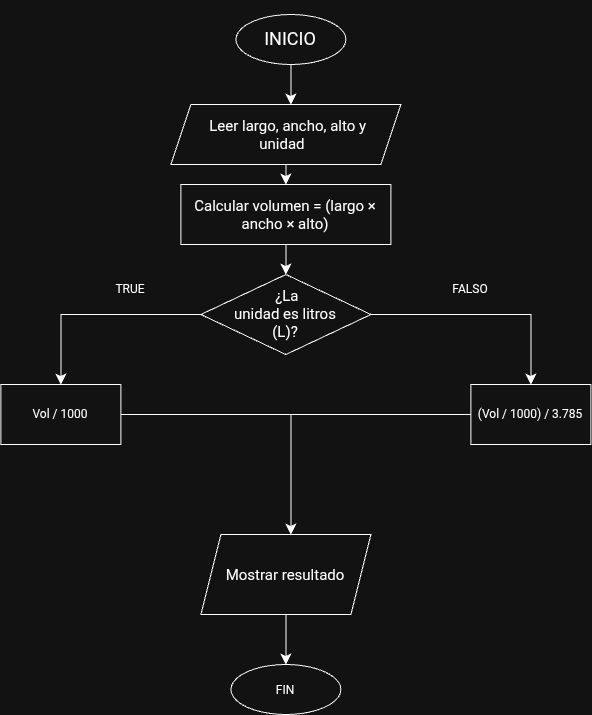
Sebastian5050942/Toma_notas_Programaci-n keeps this draw.io diagram as Untitled Diagram.drawio.png. Above is the earlier version. Source tidied: cells renumbered, new cells last; positions are measured from the earlier drawing's top-left corner, leaving out a move shared by most shapes. Source of this version:
```xml
<mxGraphModel>
  <root>
    <mxCell id="0" />
    <mxCell id="1" parent="0" />
    <mxCell id="2" style="edgeStyle=none;curved=1;rounded=0;jettySize=auto;html=1;fontSize=12;startSize=8;endSize=8;" parent="1" edge="1" source="3">
      <mxGeometry relative="1" as="geometry">
        <mxPoint x="290" y="90" as="targetPoint" />
      </mxGeometry>
    </mxCell>
    <mxCell id="3" value="&lt;div&gt;&lt;br&gt;&lt;/div&gt;&lt;div&gt;&lt;br&gt;&lt;/div&gt;&lt;div&gt;&lt;font style=&quot;font-size: 18px;&quot;&gt;INICIO&lt;/font&gt;&lt;/div&gt;" style="ellipse;whiteSpace=wrap;html=1;shapeInside=1;" parent="1" vertex="1">
      <mxGeometry x="235" width="110" height="50" as="geometry" />
    </mxCell>
    <mxCell id="4" style="edgeStyle=none;curved=1;rounded=0;jettySize=auto;html=1;fontSize=12;startSize=8;endSize=8;" parent="1" edge="1" source="5" target="7">
      <mxGeometry relative="1" as="geometry" />
    </mxCell>
    <mxCell id="5" value="&lt;div&gt;&lt;br&gt;&lt;/div&gt;&lt;div&gt;&lt;span style=&quot;font-size:15px&quot;&gt;Leer largo, ancho, alto y unidad&lt;/span&gt;&lt;/div&gt;" style="shape=parallelogram;perimeter=parallelogramPerimeter;whiteSpace=wrap;html=1;shapeInside=1;fixedSize=1;" parent="1" vertex="1">
      <mxGeometry x="170" y="90" width="230" height="60" as="geometry" />
    </mxCell>
    <mxCell id="6" style="edgeStyle=none;curved=1;rounded=0;jettySize=auto;html=1;fontSize=12;startSize=8;endSize=8;" parent="1" edge="1" source="7">
      <mxGeometry relative="1" as="geometry">
        <mxPoint x="285" y="260" as="targetPoint" />
      </mxGeometry>
    </mxCell>
    <mxCell id="7" value="&lt;span style=&quot;font-size:15px&quot;&gt;Calcular volumen = (largo × ancho × alto)&lt;/span&gt;" style="rounded=0;whiteSpace=wrap;html=1;" parent="1" vertex="1">
      <mxGeometry x="180" y="170" width="210" height="60" as="geometry" />
    </mxCell>
    <mxCell id="8" style="edgeStyle=orthogonalEdgeStyle;rounded=0;jettySize=auto;html=1;fontSize=12;startSize=8;endSize=8;" parent="1" edge="1" source="10">
      <mxGeometry relative="1" as="geometry">
        <mxPoint x="60" y="370" as="targetPoint" />
      </mxGeometry>
    </mxCell>
    <mxCell id="9" style="edgeStyle=orthogonalEdgeStyle;rounded=0;jettySize=auto;html=1;fontSize=12;startSize=8;endSize=8;" parent="1" edge="1" source="10">
      <mxGeometry relative="1" as="geometry">
        <mxPoint x="530" y="370" as="targetPoint" />
      </mxGeometry>
    </mxCell>
    <mxCell id="10" value="&lt;div&gt;&lt;br&gt;&lt;/div&gt;&lt;div&gt;&lt;br&gt;&lt;/div&gt;&lt;div&gt;&lt;span style=&quot;font-size:15px&quot;&gt;&amp;nbsp;¿La unidad es litros (L)?&lt;/span&gt;&lt;/div&gt;" style="rhombus;whiteSpace=wrap;html=1;shapeInside=1;" parent="1" vertex="1">
      <mxGeometry x="200" y="260" width="170" height="80" as="geometry" />
    </mxCell>
    <mxCell id="11" style="edgeStyle=orthogonalEdgeStyle;rounded=0;jettySize=auto;html=1;fontSize=12;startSize=8;endSize=8;" parent="1" edge="1" source="12">
      <mxGeometry relative="1" as="geometry">
        <mxPoint x="290" y="520" as="targetPoint" />
      </mxGeometry>
    </mxCell>
    <mxCell id="12" value="Vol / 1000" style="rounded=0;whiteSpace=wrap;html=1;" parent="1" vertex="1">
      <mxGeometry y="370" width="120" height="60" as="geometry" />
    </mxCell>
    <mxCell id="13" value="TRUE" style="text;html=1;whiteSpace=wrap;strokeColor=none;fillColor=none;align=center;verticalAlign=middle;rounded=0;" parent="1" vertex="1">
      <mxGeometry x="100" y="260" width="60" height="30" as="geometry" />
    </mxCell>
    <mxCell id="14" value="FALSO" style="text;html=1;whiteSpace=wrap;strokeColor=none;fillColor=none;align=center;verticalAlign=middle;rounded=0;" parent="1" vertex="1">
      <mxGeometry x="440" y="260" width="60" height="30" as="geometry" />
    </mxCell>
    <mxCell id="15" style="edgeStyle=none;curved=1;rounded=0;jettySize=auto;html=1;fontSize=12;startSize=8;endSize=8;endArrow=none;endFill=0;" parent="1" edge="1" source="16">
      <mxGeometry relative="1" as="geometry">
        <mxPoint x="280" y="400" as="targetPoint" />
      </mxGeometry>
    </mxCell>
    <mxCell id="16" value="(Vol / 1000) / 3.785" style="rounded=0;whiteSpace=wrap;html=1;" parent="1" vertex="1">
      <mxGeometry x="470" y="370" width="120" height="60" as="geometry" />
    </mxCell>
    <mxCell id="17" style="edgeStyle=none;curved=1;rounded=0;jettySize=auto;html=1;fontSize=12;startSize=8;endSize=8;" parent="1" edge="1" source="18">
      <mxGeometry relative="1" as="geometry">
        <mxPoint x="285" y="650" as="targetPoint" />
      </mxGeometry>
    </mxCell>
    <mxCell id="18" value="&lt;div&gt;&lt;font style=&quot;font-size: 15px;&quot;&gt;&lt;br&gt;&lt;/font&gt;&lt;/div&gt;&lt;div&gt;&lt;font style=&quot;font-size: 15px;&quot;&gt;Mostrar resultado&lt;/font&gt;&lt;/div&gt;" style="shape=parallelogram;perimeter=parallelogramPerimeter;whiteSpace=wrap;html=1;shapeInside=1;fixedSize=1;" parent="1" vertex="1">
      <mxGeometry x="200" y="520" width="170" height="80" as="geometry" />
    </mxCell>
    <mxCell id="19" value="FIN" style="ellipse;whiteSpace=wrap;html=1;shapeInside=1;" parent="1" vertex="1">
      <mxGeometry x="230" y="650" width="110" height="50" as="geometry" />
    </mxCell>
  </root>
</mxGraphModel>
```
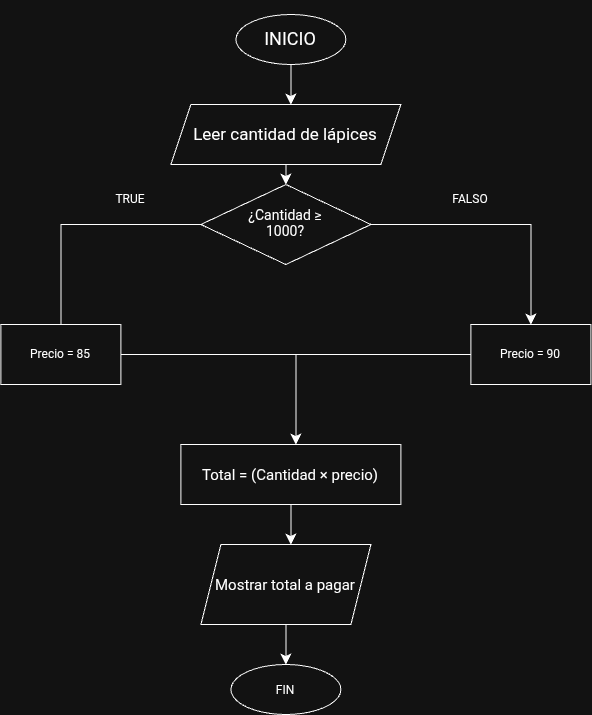
Above is the later version.

Change to the diagram source:
```diff
@@ -10,65 +10,63 @@
     <mxCell id="3" value="&lt;div&gt;&lt;br&gt;&lt;/div&gt;&lt;div&gt;&lt;br&gt;&lt;/div&gt;&lt;div&gt;&lt;font style=&quot;font-size: 18px;&quot;&gt;INICIO&lt;/font&gt;&lt;/div&gt;" style="ellipse;whiteSpace=wrap;html=1;shapeInside=1;" parent="1" vertex="1">
       <mxGeometry x="235" width="110" height="50" as="geometry" />
     </mxCell>
-    <mxCell id="4" style="edgeStyle=none;curved=1;rounded=0;jettySize=auto;html=1;fontSize=12;startSize=8;endSize=8;" parent="1" edge="1" source="5" target="7">
-      <mxGeometry relative="1" as="geometry" />
+    <mxCell id="4" style="edgeStyle=none;curved=1;rounded=0;jettySize=auto;html=1;fontSize=12;startSize=8;endSize=8;" parent="1" edge="1" source="5">
+      <mxGeometry relative="1" as="geometry">
+        <mxPoint x="285" y="170" as="targetPoint" />
+      </mxGeometry>
     </mxCell>
-    <mxCell id="5" value="&lt;div&gt;&lt;br&gt;&lt;/div&gt;&lt;div&gt;&lt;span style=&quot;font-size:15px&quot;&gt;Leer largo, ancho, alto y unidad&lt;/span&gt;&lt;/div&gt;" style="shape=parallelogram;perimeter=parallelogramPerimeter;whiteSpace=wrap;html=1;shapeInside=1;fixedSize=1;" parent="1" vertex="1">
+    <mxCell id="5" value="&lt;font style=&quot;font-size: 17px;&quot;&gt;Leer cantidad de lápices&lt;/font&gt;" style="shape=parallelogram;perimeter=parallelogramPerimeter;whiteSpace=wrap;html=1;shapeInside=1;fixedSize=1;" parent="1" vertex="1">
       <mxGeometry x="170" y="90" width="230" height="60" as="geometry" />
     </mxCell>
-    <mxCell id="6" style="edgeStyle=none;curved=1;rounded=0;jettySize=auto;html=1;fontSize=12;startSize=8;endSize=8;" parent="1" edge="1" source="7">
-      <mxGeometry relative="1" as="geometry">
-        <mxPoint x="285" y="260" as="targetPoint" />
-      </mxGeometry>
-    </mxCell>
-    <mxCell id="7" value="&lt;span style=&quot;font-size:15px&quot;&gt;Calcular volumen = (largo × ancho × alto)&lt;/span&gt;" style="rounded=0;whiteSpace=wrap;html=1;" parent="1" vertex="1">
-      <mxGeometry x="180" y="170" width="210" height="60" as="geometry" />
-    </mxCell>
     <mxCell id="8" style="edgeStyle=orthogonalEdgeStyle;rounded=0;jettySize=auto;html=1;fontSize=12;startSize=8;endSize=8;" parent="1" edge="1" source="10">
       <mxGeometry relative="1" as="geometry">
         <mxPoint x="60" y="370" as="targetPoint" />
       </mxGeometry>
     </mxCell>
-    <mxCell id="9" style="edgeStyle=orthogonalEdgeStyle;rounded=0;jettySize=auto;html=1;fontSize=12;startSize=8;endSize=8;" parent="1" edge="1" source="10">
-      <mxGeometry relative="1" as="geometry">
-        <mxPoint x="530" y="370" as="targetPoint" />
-      </mxGeometry>
-    </mxCell>
-    <mxCell id="10" value="&lt;div&gt;&lt;br&gt;&lt;/div&gt;&lt;div&gt;&lt;br&gt;&lt;/div&gt;&lt;div&gt;&lt;span style=&quot;font-size:15px&quot;&gt;&amp;nbsp;¿La unidad es litros (L)?&lt;/span&gt;&lt;/div&gt;" style="rhombus;whiteSpace=wrap;html=1;shapeInside=1;" parent="1" vertex="1">
-      <mxGeometry x="200" y="260" width="170" height="80" as="geometry" />
+    <mxCell id="10" value="&lt;font style=&quot;font-size: 14px;&quot;&gt;¿Cantidad ≥ 1000?&lt;/font&gt;" style="rhombus;whiteSpace=wrap;html=1;shapeInside=1;" parent="1" vertex="1">
+      <mxGeometry x="200" y="170" width="170" height="80" as="geometry" />
     </mxCell>
-    <mxCell id="11" style="edgeStyle=orthogonalEdgeStyle;rounded=0;jettySize=auto;html=1;fontSize=12;startSize=8;endSize=8;" parent="1" edge="1" source="12">
-      <mxGeometry relative="1" as="geometry">
-        <mxPoint x="290" y="520" as="targetPoint" />
-      </mxGeometry>
-    </mxCell>
-    <mxCell id="12" value="Vol / 1000" style="rounded=0;whiteSpace=wrap;html=1;" parent="1" vertex="1">
-      <mxGeometry y="370" width="120" height="60" as="geometry" />
+    <mxCell id="12" value="Precio = 85" style="rounded=0;whiteSpace=wrap;html=1;" parent="1" vertex="1">
+      <mxGeometry y="310" width="120" height="60" as="geometry" />
     </mxCell>
     <mxCell id="13" value="TRUE" style="text;html=1;whiteSpace=wrap;strokeColor=none;fillColor=none;align=center;verticalAlign=middle;rounded=0;" parent="1" vertex="1">
-      <mxGeometry x="100" y="260" width="60" height="30" as="geometry" />
+      <mxGeometry x="100" y="170" width="60" height="30" as="geometry" />
     </mxCell>
     <mxCell id="14" value="FALSO" style="text;html=1;whiteSpace=wrap;strokeColor=none;fillColor=none;align=center;verticalAlign=middle;rounded=0;" parent="1" vertex="1">
-      <mxGeometry x="440" y="260" width="60" height="30" as="geometry" />
+      <mxGeometry x="440" y="170" width="60" height="30" as="geometry" />
     </mxCell>
-    <mxCell id="15" style="edgeStyle=none;curved=1;rounded=0;jettySize=auto;html=1;fontSize=12;startSize=8;endSize=8;endArrow=none;endFill=0;" parent="1" edge="1" source="16">
-      <mxGeometry relative="1" as="geometry">
-        <mxPoint x="280" y="400" as="targetPoint" />
-      </mxGeometry>
-    </mxCell>
+    <mxCell id="19" value="FIN" style="ellipse;whiteSpace=wrap;html=1;shapeInside=1;" parent="1" vertex="1">
+      <mxGeometry x="230" y="650" width="110" height="50" as="geometry" />
+    </mxCell>
+    <mxCell id="20" style="edgeStyle=orthogonalEdgeStyle;rounded=0;jettySize=auto;html=1;fontSize=12;startSize=8;endSize=8;" parent="1" edge="1" source="10" target="16">
+      <mxGeometry relative="1" as="geometry" />
+    </mxCell>
+    <mxCell id="21" style="edgeStyle=none;curved=1;rounded=0;jettySize=auto;html=1;fontSize=12;startSize=8;endSize=8;endArrow=none;endFill=0;" parent="1" edge="1" source="16">
+      <mxGeometry relative="1" as="geometry">
+        <mxPoint x="280" y="340" as="targetPoint" />
+      </mxGeometry>
+    </mxCell>
-    <mxCell id="16" value="(Vol / 1000) / 3.785" style="rounded=0;whiteSpace=wrap;html=1;" parent="1" vertex="1">
-      <mxGeometry x="470" y="370" width="120" height="60" as="geometry" />
+    <mxCell id="16" value="Precio = 90" style="rounded=0;whiteSpace=wrap;html=1;" parent="1" vertex="1">
+      <mxGeometry x="470" y="310" width="120" height="60" as="geometry" />
     </mxCell>
-    <mxCell id="17" style="edgeStyle=none;curved=1;rounded=0;jettySize=auto;html=1;fontSize=12;startSize=8;endSize=8;" parent="1" edge="1" source="18">
-      <mxGeometry relative="1" as="geometry">
-        <mxPoint x="285" y="650" as="targetPoint" />
-      </mxGeometry>
-    </mxCell>
-    <mxCell id="18" value="&lt;div&gt;&lt;font style=&quot;font-size: 15px;&quot;&gt;&lt;br&gt;&lt;/font&gt;&lt;/div&gt;&lt;div&gt;&lt;font style=&quot;font-size: 15px;&quot;&gt;Mostrar resultado&lt;/font&gt;&lt;/div&gt;" style="shape=parallelogram;perimeter=parallelogramPerimeter;whiteSpace=wrap;html=1;shapeInside=1;fixedSize=1;" parent="1" vertex="1">
-      <mxGeometry x="200" y="520" width="170" height="80" as="geometry" />
-    </mxCell>
-    <mxCell id="19" value="FIN" style="ellipse;whiteSpace=wrap;html=1;shapeInside=1;" parent="1" vertex="1">
-      <mxGeometry x="230" y="650" width="110" height="50" as="geometry" />
-    </mxCell>
+    <mxCell id="22" style="edgeStyle=orthogonalEdgeStyle;rounded=0;jettySize=auto;html=1;fontSize=12;startSize=8;endSize=8;" parent="1" edge="1" source="12">
+      <mxGeometry relative="1" as="geometry">
+        <mxPoint x="295" y="430" as="targetPoint" />
+      </mxGeometry>
+    </mxCell>
+    <mxCell id="23" style="edgeStyle=none;curved=1;rounded=0;jettySize=auto;html=1;entryX=0.5;entryY=0;entryDx=0;entryDy=0;fontSize=12;startSize=8;endSize=8;" parent="1" edge="1" source="24" target="19">
+      <mxGeometry relative="1" as="geometry" />
+    </mxCell>
+    <mxCell id="24" value="&lt;div&gt;&lt;font style=&quot;font-size: 15px;&quot;&gt;&lt;br&gt;&lt;/font&gt;&lt;/div&gt;&lt;div&gt;&lt;font style=&quot;font-size: 15px;&quot;&gt;Mostrar total a pagar&lt;/font&gt;&lt;/div&gt;" style="shape=parallelogram;perimeter=parallelogramPerimeter;whiteSpace=wrap;html=1;shapeInside=1;fixedSize=1;" parent="1" vertex="1">
+      <mxGeometry x="200" y="530" width="170" height="80" as="geometry" />
+    </mxCell>
+    <mxCell id="25" style="edgeStyle=none;curved=1;rounded=0;jettySize=auto;html=1;fontSize=12;startSize=8;endSize=8;" parent="1" edge="1" source="26">
+      <mxGeometry relative="1" as="geometry">
+        <mxPoint x="290" y="530" as="targetPoint" />
+      </mxGeometry>
+    </mxCell>
+    <mxCell id="26" value="&lt;span style=&quot;font-size:15px&quot;&gt;Total = (Cantidad × precio)&lt;/span&gt;" style="rounded=0;whiteSpace=wrap;html=1;" parent="1" vertex="1">
+      <mxGeometry x="180" y="430" width="220" height="60" as="geometry" />
+    </mxCell>
   </root>
 </mxGraphModel>
```
